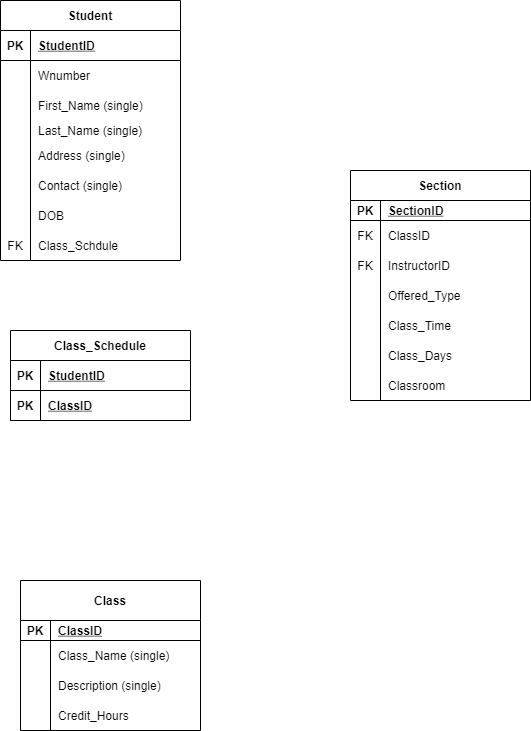
The draw.io diagram Mod3/A3_alex_field_phy_des.png in alexfield55/cs3550, before a commit. Source tidied: cells renumbered, new cells last; positions are measured from the earlier drawing's top-left corner, leaving out a move shared by most shapes.
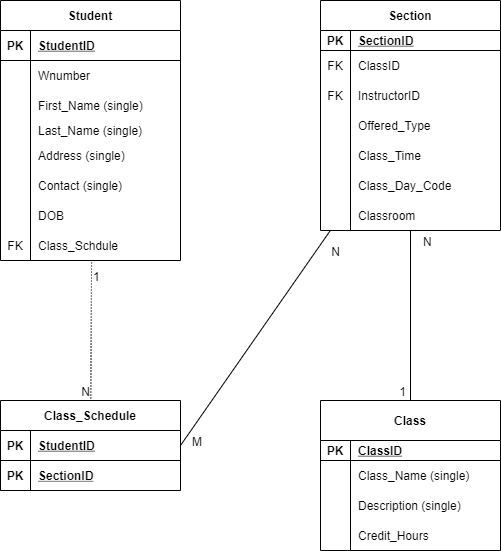
The same file after the commit.

Diff of the diagram source:
```diff
@@ -3,7 +3,7 @@
     <mxCell id="0" />
     <mxCell id="1" parent="0" />
     <mxCell id="2" value="Student" style="shape=table;startSize=30;rowLines=0;fontStyle=1;align=center;" parent="1" vertex="1">
-      <mxGeometry width="180" height="260" as="geometry" />
+      <mxGeometry x="30" y="-20" width="180" height="260" as="geometry" />
     </mxCell>
     <mxCell id="3" style="shape=partialRectangle;fillColor=none;top=0;left=0;bottom=1;right=0;" parent="2" vertex="1">
       <mxGeometry y="30" width="180" height="30" as="geometry" />
@@ -78,7 +78,7 @@
       <mxGeometry x="30" width="150" height="30" as="geometry" />
     </mxCell>
     <mxCell id="27" value="Class" style="shape=table;startSize=40;rowLines=0;fontStyle=1;align=center;" parent="1" vertex="1">
-      <mxGeometry x="20" y="580" width="180" height="150" as="geometry" />
+      <mxGeometry x="350" y="380" width="180" height="150" as="geometry" />
     </mxCell>
     <mxCell id="28" style="shape=partialRectangle;fillColor=none;top=0;left=0;bottom=1;right=0;" parent="27" vertex="1">
       <mxGeometry y="40" width="180" height="20" as="geometry" />
@@ -117,7 +117,7 @@
       <mxGeometry x="30" width="150" height="30" as="geometry" />
     </mxCell>
     <mxCell id="40" value="Section" style="shape=table;startSize=30;rowLines=0;fontStyle=1;align=center;" parent="1" vertex="1">
-      <mxGeometry x="350" y="170" width="180" height="230" as="geometry" />
+      <mxGeometry x="350" y="-20" width="180" height="230" as="geometry" />
     </mxCell>
     <mxCell id="41" style="shape=partialRectangle;fillColor=none;top=0;left=0;bottom=1;right=0;" parent="40" vertex="1">
       <mxGeometry y="30" width="180" height="20" as="geometry" />
@@ -170,7 +170,7 @@
     <mxCell id="57" style="shape=partialRectangle;fillColor=none;top=0;left=0;bottom=0;right=0;overflow=hidden;" parent="56" vertex="1">
       <mxGeometry width="30" height="30" as="geometry" />
     </mxCell>
-    <mxCell id="58" value="Class_Days" style="shape=partialRectangle;fillColor=none;top=0;left=0;bottom=0;right=0;align=left;spacingLeft=6;overflow=hidden;" parent="56" vertex="1">
+    <mxCell id="58" value="Class_Day_Code" style="shape=partialRectangle;fillColor=none;top=0;left=0;bottom=0;right=0;align=left;spacingLeft=6;overflow=hidden;" parent="56" vertex="1">
       <mxGeometry x="30" width="150" height="30" as="geometry" />
     </mxCell>
     <mxCell id="59" style="shape=partialRectangle;fillColor=none;top=0;left=0;bottom=0;right=0;" parent="40" vertex="1">
@@ -183,7 +183,7 @@
       <mxGeometry x="30" width="150" height="30" as="geometry" />
     </mxCell>
     <mxCell id="62" value="Class_Schedule" style="shape=table;startSize=30;rowLines=0;fontStyle=1;align=center;" parent="1" vertex="1">
-      <mxGeometry x="10" y="330" width="180" height="90" as="geometry" />
+      <mxGeometry x="30" y="380" width="180" height="90" as="geometry" />
     </mxCell>
     <mxCell id="63" style="shape=partialRectangle;fillColor=none;top=0;left=0;bottom=1;right=0;points=[[0,0.5],[1,0.5]];portConstraint=eastwest;" parent="62" vertex="1">
       <mxGeometry y="30" width="180" height="30" as="geometry" />
@@ -200,8 +200,45 @@
     <mxCell id="67" value="PK" style="shape=partialRectangle;fillColor=none;top=0;left=0;bottom=0;right=0;fontStyle=1;overflow=hidden;" parent="66" vertex="1">
       <mxGeometry width="30" height="30" as="geometry" />
     </mxCell>
-    <mxCell id="68" value="ClassID" style="shape=partialRectangle;fillColor=none;top=0;left=0;bottom=0;right=0;align=left;spacingLeft=6;fontStyle=5;overflow=hidden;" parent="66" vertex="1">
+    <mxCell id="68" value="SectionID" style="shape=partialRectangle;fillColor=none;top=0;left=0;bottom=0;right=0;align=left;spacingLeft=6;fontStyle=5;overflow=hidden;" parent="66" vertex="1">
       <mxGeometry x="30" width="150" height="30" as="geometry" />
     </mxCell>
+    <mxCell id="69" style="endArrow=none;html=1;rounded=0;exitX=1;exitY=0.5;exitDx=0;exitDy=0;" parent="1" edge="1" source="63" target="40">
+      <mxGeometry relative="1" as="geometry" />
+    </mxCell>
+    <mxCell id="70" value="M" style="html=1;align=left;verticalAlign=bottom;" parent="69" vertex="1">
+      <mxGeometry x="-1" relative="1" as="geometry">
+        <mxPoint x="10" y="5" as="offset" />
+      </mxGeometry>
+    </mxCell>
+    <mxCell id="71" value="N" style="html=1;align=right;verticalAlign=bottom;" parent="69" vertex="1">
+      <mxGeometry x="1" relative="1" as="geometry">
+        <mxPoint x="10.7" y="30.4" as="offset" />
+      </mxGeometry>
+    </mxCell>
+    <mxCell id="72" style="endArrow=none;html=1;rounded=0;dashed=1;dashPattern=1 2;exitX=0.506;exitY=1.067;exitDx=0;exitDy=0;exitPerimeter=0;" parent="1" edge="1" source="24" target="62">
+      <mxGeometry relative="1" as="geometry" />
+    </mxCell>
+    <mxCell id="73" value="1" style="html=1;align=left;verticalAlign=bottom;" parent="72" vertex="1">
+      <mxGeometry x="-1" relative="1" as="geometry">
+        <mxPoint y="23" as="offset" />
+      </mxGeometry>
+    </mxCell>
+    <mxCell id="74" value="N" style="html=1;align=right;verticalAlign=bottom;" parent="72" vertex="1">
+      <mxGeometry x="1" relative="1" as="geometry" />
+    </mxCell>
+    <mxCell id="75" style="endArrow=none;html=1;rounded=0;" parent="1" edge="1" source="40" target="27">
+      <mxGeometry relative="1" as="geometry" />
+    </mxCell>
+    <mxCell id="76" value="N" style="html=1;align=left;verticalAlign=bottom;" parent="75" vertex="1">
+      <mxGeometry x="-1" relative="1" as="geometry">
+        <mxPoint x="11.5" y="20" as="offset" />
+      </mxGeometry>
+    </mxCell>
+    <mxCell id="77" value="1" style="html=1;align=right;verticalAlign=bottom;" parent="75" vertex="1">
+      <mxGeometry x="1" relative="1" as="geometry">
+        <mxPoint x="-4.5" as="offset" />
+      </mxGeometry>
+    </mxCell>
   </root>
 </mxGraphModel>
```
